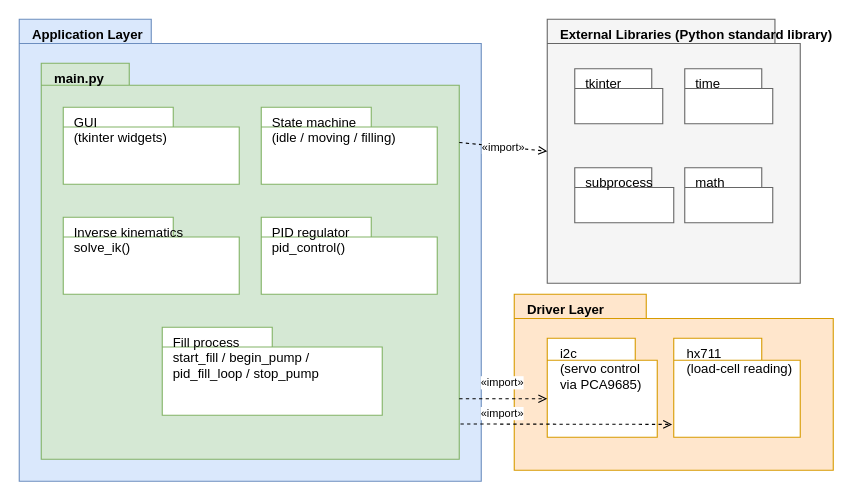
The draw.io diagram Diagramer/PackageDiagram.drawio in Nikdane12/Innebygde-Systemer-Semester-Projektet, before the edit. Source tidied: cells renumbered, new cells numbered last; positions are measured from the earlier drawing's top-left corner, leaving out a move shared by most shapes. Both pictures are drawn from the tidied source at 110%, with x=0, y=0 at pixel (19, 19).
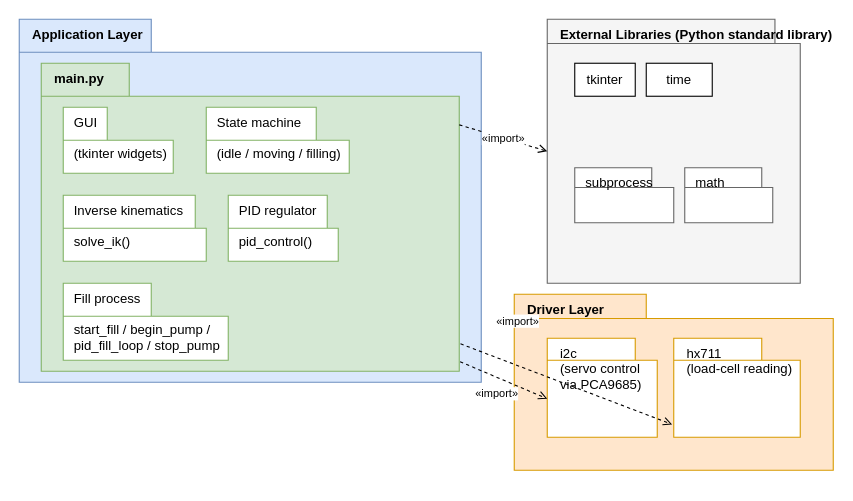
Above is the later version.

Unchanged cells that the change refers to:
```xml
<mxCell id="10" value="i2c&lt;br&gt;&lt;div&gt;(servo control&amp;nbsp;&lt;/div&gt;&lt;div&gt;via PCA9685)&lt;/div&gt;" style="shape=folder;tabWidth=80;tabHeight=20;tabPosition=left;html=1;verticalAlign=top;align=left;spacingLeft=10;fillColor=#ffffff;strokeColor=#d79b00;" parent="1" vertex="1">
  <mxGeometry x="480" y="290" width="100" height="90" as="geometry" />
</mxCell>
```

Change to the diagram source:
```diff
@@
-    <mxCell id="2" value="Application Layer" style="shape=folder;fontStyle=1;tabWidth=120;tabHeight=22;tabPosition=left;html=1;verticalAlign=top;align=left;spacingLeft=10;fillColor=#dae8fc;strokeColor=#6c8ebf;" parent="1" vertex="1">
-      <mxGeometry width="420" height="420" as="geometry" />
+    <mxCell id="2" value="Application Layer" style="shape=folder;fontStyle=1;tabWidth=120;tabHeight=30;tabPosition=left;html=1;verticalAlign=top;align=left;spacingLeft=10;fillColor=#dae8fc;strokeColor=#6c8ebf;" parent="1" vertex="1">
+      <mxGeometry width="420" height="330" as="geometry" />
     </mxCell>
-    <mxCell id="3" value="main.py" style="shape=folder;fontStyle=1;tabWidth=80;tabHeight=20;tabPosition=left;html=1;verticalAlign=top;align=left;spacingLeft=10;fillColor=#d5e8d4;strokeColor=#82b366;" parent="1" vertex="1">
-      <mxGeometry x="20" y="40" width="380" height="360" as="geometry" />
+    <mxCell id="3" value="main.py" style="shape=folder;fontStyle=1;tabWidth=80;tabHeight=30;tabPosition=left;html=1;verticalAlign=top;align=left;spacingLeft=10;fillColor=#d5e8d4;strokeColor=#82b366;" parent="1" vertex="1">
+      <mxGeometry x="20" y="40" width="380" height="280" as="geometry" />
     </mxCell>
-    <mxCell id="4" value="GUI&#10;(tkinter widgets)" style="shape=folder;tabWidth=100;tabHeight=18;tabPosition=left;html=1;verticalAlign=top;align=left;spacingLeft=8;fillColor=#ffffff;strokeColor=#82b366;" parent="1" vertex="1">
-      <mxGeometry x="40" y="80" width="160" height="70" as="geometry" />
+    <mxCell id="4" value="&lt;div&gt;GUI&lt;/div&gt;&lt;div&gt;&lt;br&gt;&lt;/div&gt;(tkinter widgets)" style="shape=folder;tabWidth=40;tabHeight=30;tabPosition=left;html=1;verticalAlign=top;align=left;spacingLeft=8;fillColor=#ffffff;strokeColor=#82b366;" parent="1" vertex="1">
+      <mxGeometry x="40" y="80" width="100" height="60" as="geometry" />
     </mxCell>
-    <mxCell id="5" value="State machine&#10;(idle / moving / filling)" style="shape=folder;tabWidth=100;tabHeight=18;tabPosition=left;html=1;verticalAlign=top;align=left;spacingLeft=8;fillColor=#ffffff;strokeColor=#82b366;" parent="1" vertex="1">
-      <mxGeometry x="220" y="80" width="160" height="70" as="geometry" />
+    <mxCell id="5" value="&lt;div&gt;State machine&lt;/div&gt;&lt;div&gt;&lt;br&gt;&lt;/div&gt;(idle / moving / filling)" style="shape=folder;tabWidth=100;tabHeight=30;tabPosition=left;html=1;verticalAlign=top;align=left;spacingLeft=8;fillColor=#ffffff;strokeColor=#82b366;" parent="1" vertex="1">
+      <mxGeometry x="170" y="80" width="130" height="60" as="geometry" />
     </mxCell>
-    <mxCell id="6" value="Inverse kinematics&#10;solve_ik()" style="shape=folder;tabWidth=100;tabHeight=18;tabPosition=left;html=1;verticalAlign=top;align=left;spacingLeft=8;fillColor=#ffffff;strokeColor=#82b366;" parent="1" vertex="1">
-      <mxGeometry x="40" y="180" width="160" height="70" as="geometry" />
+    <mxCell id="6" value="&lt;div&gt;Inverse kinematics&lt;/div&gt;&lt;div&gt;&lt;br&gt;&lt;/div&gt;solve_ik()" style="shape=folder;tabWidth=120;tabHeight=30;tabPosition=left;html=1;verticalAlign=top;align=left;spacingLeft=8;fillColor=#ffffff;strokeColor=#82b366;" parent="1" vertex="1">
+      <mxGeometry x="40" y="160" width="130" height="60" as="geometry" />
     </mxCell>
-    <mxCell id="7" value="PID regulator&#10;pid_control()" style="shape=folder;tabWidth=100;tabHeight=18;tabPosition=left;html=1;verticalAlign=top;align=left;spacingLeft=8;fillColor=#ffffff;strokeColor=#82b366;" parent="1" vertex="1">
-      <mxGeometry x="220" y="180" width="160" height="70" as="geometry" />
+    <mxCell id="7" value="&lt;div&gt;PID regulator&lt;/div&gt;&lt;div&gt;&lt;br&gt;&lt;/div&gt;pid_control()" style="shape=folder;tabWidth=90;tabHeight=30;tabPosition=left;html=1;verticalAlign=top;align=left;spacingLeft=8;fillColor=#ffffff;strokeColor=#82b366;" parent="1" vertex="1">
+      <mxGeometry x="190" y="160" width="100" height="60" as="geometry" />
     </mxCell>
-    <mxCell id="8" value="Fill process&#10;start_fill / begin_pump /&#10;pid_fill_loop / stop_pump" style="shape=folder;tabWidth=100;tabHeight=18;tabPosition=left;html=1;verticalAlign=top;align=left;spacingLeft=8;fillColor=#ffffff;strokeColor=#82b366;" parent="1" vertex="1">
-      <mxGeometry x="130" y="280" width="200" height="80" as="geometry" />
+    <mxCell id="8" value="&lt;div&gt;Fill process&lt;/div&gt;&lt;div&gt;&lt;br&gt;&lt;/div&gt;start_fill / begin_pump /&lt;br&gt;pid_fill_loop / stop_pump" style="shape=folder;tabWidth=80;tabHeight=30;tabPosition=left;html=1;verticalAlign=top;align=left;spacingLeft=8;fillColor=#ffffff;strokeColor=#82b366;" parent="1" vertex="1">
+      <mxGeometry x="40" y="240" width="150" height="70" as="geometry" />
     </mxCell>
@@
-    <mxCell id="13" value="tkinter" style="shape=folder;tabWidth=70;tabHeight=18;tabPosition=left;html=1;verticalAlign=top;align=left;spacingLeft=8;fillColor=#ffffff;strokeColor=#666666;" parent="1" vertex="1">
-      <mxGeometry x="505" y="45" width="80" height="50" as="geometry" />
-    </mxCell>
-    <mxCell id="14" value="time" style="shape=folder;tabWidth=70;tabHeight=18;tabPosition=left;html=1;verticalAlign=top;align=left;spacingLeft=8;fillColor=#ffffff;strokeColor=#666666;" parent="1" vertex="1">
-      <mxGeometry x="605" y="45" width="80" height="50" as="geometry" />
-    </mxCell>
@@
-    <mxCell id="17" value="«import»" style="endArrow=open;endFill=0;dashed=1;html=1;fontSize=10;entryX=0;entryY=0;entryDx=0;entryDy=55;entryPerimeter=0;" parent="1" edge="1" target="10">
-      <mxGeometry x="-0.03" y="-13" relative="1" as="geometry">
-        <mxPoint x="400" y="345" as="sourcePoint" />
-      </mxGeometry>
+    <mxCell id="17" value="«import»" style="endArrow=open;endFill=0;dashed=1;html=1;fontSize=10;entryX=0;entryY=0;entryDx=0;entryDy=55;entryPerimeter=0;exitX=1.002;exitY=0.969;exitDx=0;exitDy=0;exitPerimeter=0;" parent="1" edge="1" source="3" target="10">
+      <mxGeometry x="-0.03" y="-13" relative="1" as="geometry" />
     </mxCell>
@@
+    <mxCell id="13" value="tkinter" style="rounded=0;whiteSpace=wrap;html=1;" parent="1" vertex="1">
+      <mxGeometry x="505" y="40" width="55" height="30" as="geometry" />
+    </mxCell>
+    <mxCell id="14" value="time" style="rounded=0;whiteSpace=wrap;html=1;" parent="1" vertex="1">
+      <mxGeometry x="570" y="40" width="60" height="30" as="geometry" />
+    </mxCell>
```
